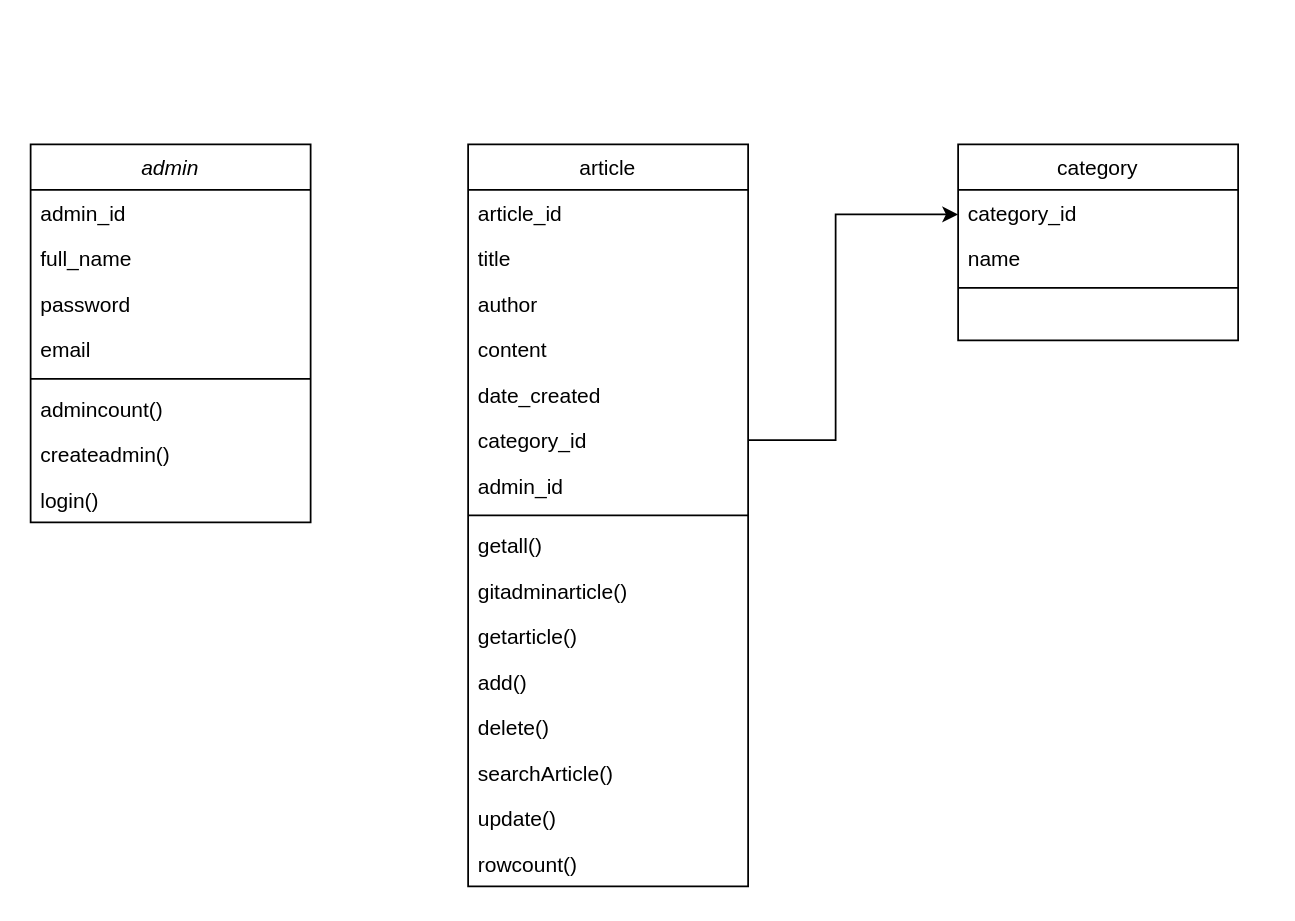
This is diagrams/diagram class.drawio from ABRACHE01/Planet.DEV__website, a draw.io file, before an edit. Source tidied: cells renumbered, new cells numbered last; positions are measured from the earlier drawing's top-left corner, leaving out a move shared by most shapes. Both pictures are drawn from the tidied source at 175%, with x=0, y=0 at pixel (30, 144).
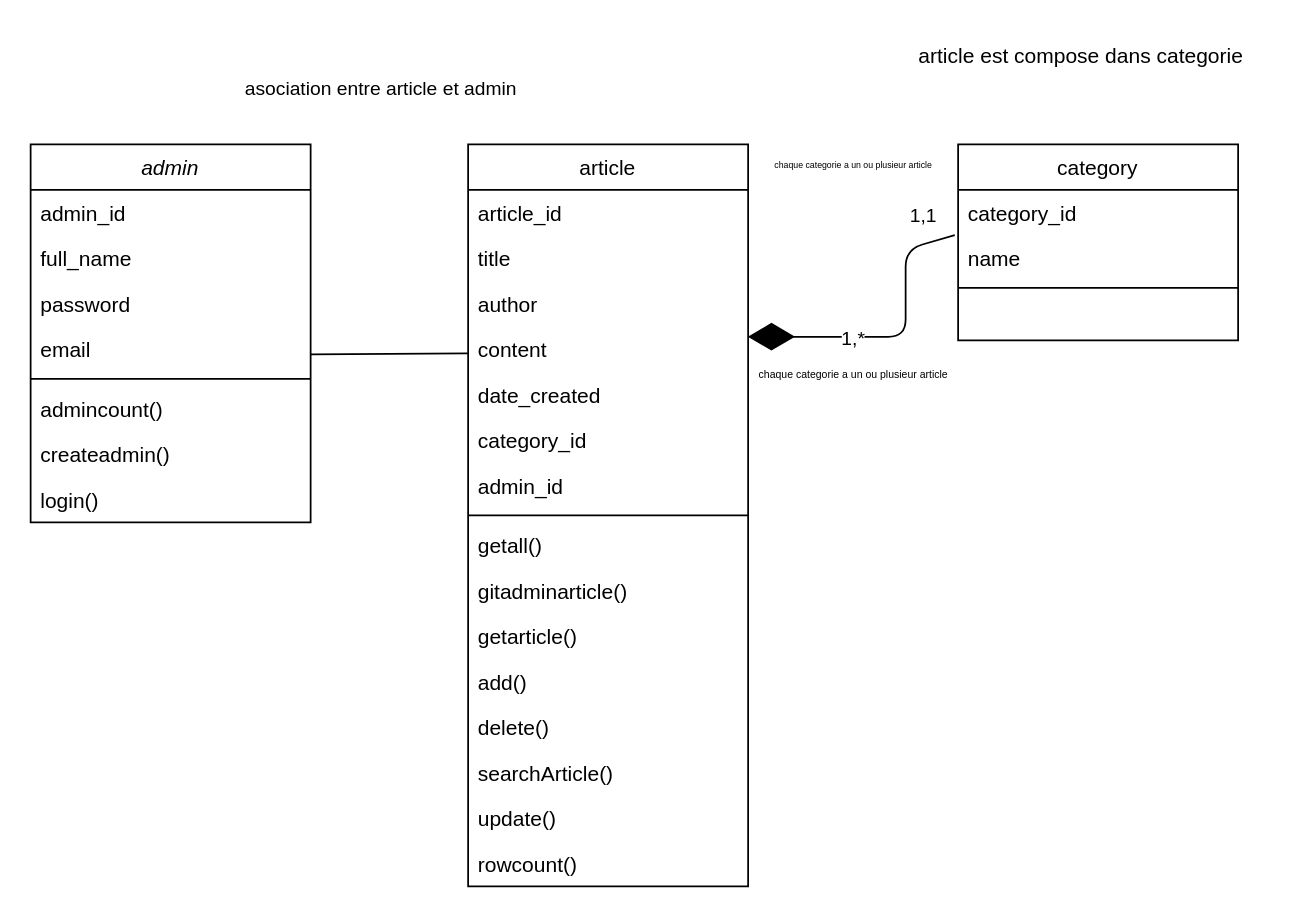
The same page after the edit.

Unchanged cells that the change refers to:
```xml
<mxCell id="12" value="category_id" style="text;align=left;verticalAlign=top;spacingLeft=4;spacingRight=4;overflow=hidden;points=[[0,0.5],[1,0.5]];portConstraint=eastwest;" parent="11" vertex="1">
  <mxGeometry y="26" width="160" height="26" as="geometry" />
</mxCell>
<mxCell id="19" value="content" style="text;align=left;verticalAlign=top;spacingLeft=4;spacingRight=4;overflow=hidden;points=[[0,0.5],[1,0.5]];portConstraint=eastwest;rounded=0;shadow=0;html=0;" parent="15" vertex="1">
  <mxGeometry y="104" width="160" height="26" as="geometry" />
</mxCell>
<mxCell id="21" value="category_id" style="text;align=left;verticalAlign=top;spacingLeft=4;spacingRight=4;overflow=hidden;points=[[0,0.5],[1,0.5]];portConstraint=eastwest;rounded=0;shadow=0;html=0;" parent="15" vertex="1">
  <mxGeometry y="156" width="160" height="26" as="geometry" />
</mxCell>
```

Change to the diagram source:
```diff
@@
-    <mxCell id="32" style="edgeStyle=orthogonalEdgeStyle;rounded=0;jettySize=auto;html=1;" parent="1" edge="1" source="21">
-      <mxGeometry relative="1" as="geometry">
-        <mxPoint x="530" y="40" as="targetPoint" />
-        <Array as="points">
-          <mxPoint x="460" y="169" />
-          <mxPoint x="460" y="40" />
-          <mxPoint x="527" y="40" />
-        </Array>
-      </mxGeometry>
-    </mxCell>
+    <mxCell id="33" style="endArrow=none;html=1;entryX=-0.001;entryY=0.593;entryDx=0;entryDy=0;entryPerimeter=0;" parent="1" edge="1" target="19">
+      <mxGeometry relative="1" as="geometry">
+        <mxPoint x="160" y="120" as="sourcePoint" />
+      </mxGeometry>
+    </mxCell>
+    <mxCell id="34" style="endArrow=diamondThin;endFill=1;endSize=24;html=1;entryX=0.999;entryY=0.227;entryDx=0;entryDy=0;exitX=-0.012;exitY=0.993;exitDx=0;exitDy=0;exitPerimeter=0;entryPerimeter=0;" parent="1" edge="1" source="12" target="19">
+      <mxGeometry relative="1" as="geometry">
+        <Array as="points">
+          <mxPoint x="500" y="60" />
+          <mxPoint x="500" y="110" />
+        </Array>
+      </mxGeometry>
+    </mxCell>
+    <mxCell id="35" value="1,*" style="edgeLabel;html=1;align=center;verticalAlign=middle;" parent="34" vertex="1">
+      <mxGeometry x="0.3" y="1" relative="1" as="geometry" />
+    </mxCell>
+    <mxCell id="36" value="1,1" style="edgeLabel;html=1;align=center;verticalAlign=middle;" parent="34" vertex="1">
+      <mxGeometry x="-0.91" y="-2" relative="1" as="geometry">
+        <mxPoint x="-10" y="-12" as="offset" />
+      </mxGeometry>
+    </mxCell>
+    <mxCell id="37" value="article est compose dans categorie" style="text;html=1;align=center;verticalAlign=middle;strokeColor=none;fillColor=none;" parent="1" vertex="1">
+      <mxGeometry x="495" y="-65" width="210" height="30" as="geometry" />
+    </mxCell>
+    <mxCell id="38" value="&lt;font style=&quot;font-size: 6px;&quot;&gt;chaque categorie a un ou plusieur article&lt;/font&gt;" style="text;html=1;align=center;verticalAlign=middle;strokeColor=none;fillColor=none;" parent="1" vertex="1">
+      <mxGeometry x="405" y="115" width="130" height="30" as="geometry" />
+    </mxCell>
+    <mxCell id="39" value="&lt;font style=&quot;font-size: 5px;&quot;&gt;chaque categorie a un ou plusieur article&lt;/font&gt;" style="text;html=1;align=center;verticalAlign=middle;strokeColor=none;fillColor=none;" parent="1" vertex="1">
+      <mxGeometry x="415" y="-5" width="110" height="30" as="geometry" />
+    </mxCell>
+    <mxCell id="40" value="&lt;span style=&quot;font-size: 11px;&quot;&gt;asociation entre article et admin&lt;br&gt;&lt;br&gt;&lt;/span&gt;" style="text;html=1;align=center;verticalAlign=middle;strokeColor=none;fillColor=none;fontSize=6;" parent="1" vertex="1">
+      <mxGeometry x="110" y="-45" width="180" height="40" as="geometry" />
+    </mxCell>
```
